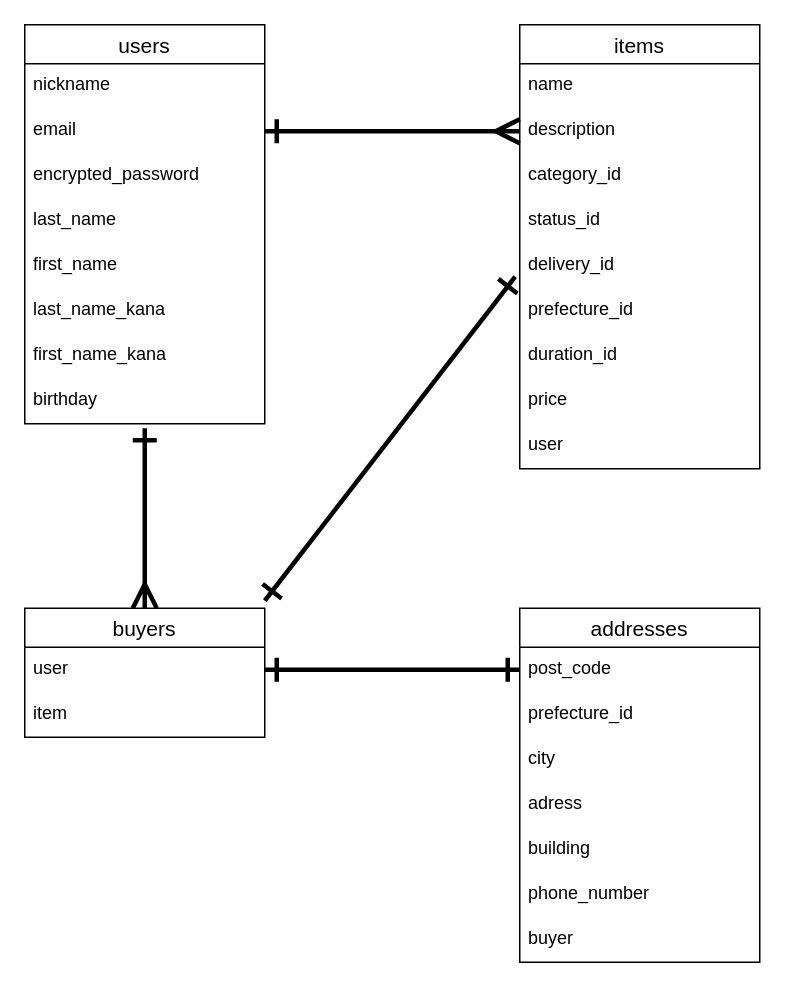
Earlier version of the draw.io diagram furima-38389.dio (masafumiikeda/furima-38389). Source tidied: cells renumbered, new cells numbered last; positions are measured from the earlier drawing's top-left corner, leaving out a move shared by most shapes. Both pictures are drawn from the tidied source at 150%, with x=0, y=0 at pixel (24, 24).
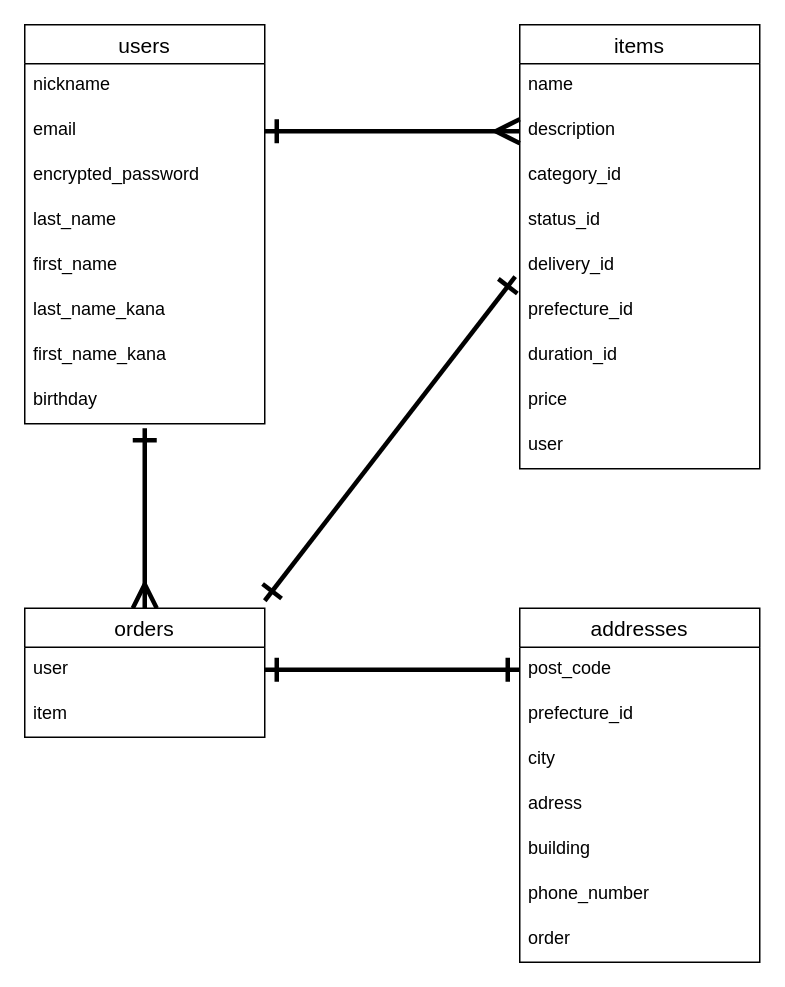
After the change.

Unchanged cells that the change refers to:
```xml
<mxCell id="27" value="addresses" style="swimlane;fontStyle=0;horizontal=1;startSize=26;align=center;fontSize=14;" parent="1" vertex="1">
  <mxGeometry x="330" y="389" width="160" height="236" as="geometry" />
</mxCell>
```

The edit, as a diff of the source:
```diff
@@
-    <mxCell id="24" value="buyers" style="swimlane;fontStyle=0;horizontal=1;startSize=26;align=center;fontSize=14;" parent="1" vertex="1">
+    <mxCell id="24" value="orders" style="swimlane;fontStyle=0;horizontal=1;startSize=26;align=center;fontSize=14;" parent="1" vertex="1">
       <mxGeometry y="389" width="160" height="86" as="geometry" />
     </mxCell>
@@
-    <mxCell id="34" value="buyer" style="text;strokeColor=none;fillColor=none;spacingLeft=4;spacingRight=4;overflow=hidden;fontSize=12;" parent="27" vertex="1">
+    <mxCell id="34" value="order" style="text;strokeColor=none;fillColor=none;spacingLeft=4;spacingRight=4;overflow=hidden;fontSize=12;" parent="27" vertex="1">
       <mxGeometry y="206" width="160" height="30" as="geometry" />
     </mxCell>
```
